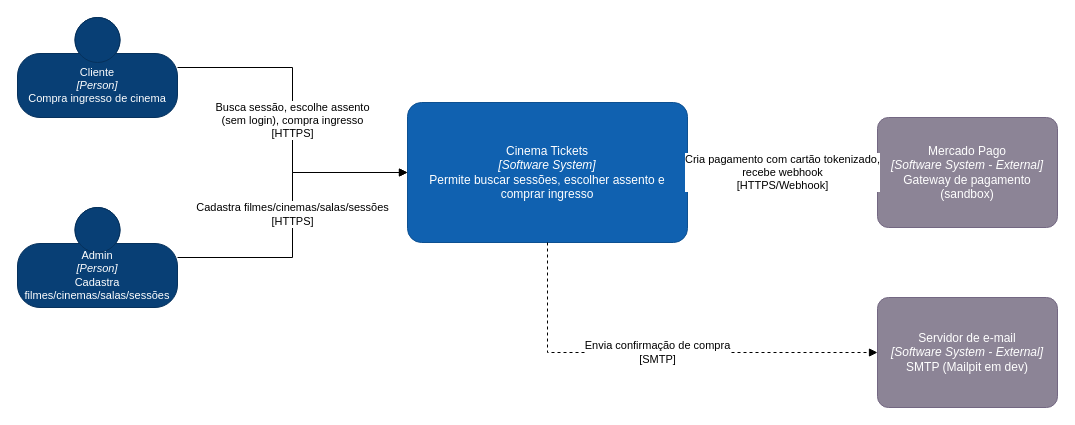
D4rkM/movietickets keeps this draw.io diagram as docs/c4/context.drawio. Above is the earlier version. Source tidied: cells renumbered, new cells numbered last; positions are measured from the earlier drawing's top-left corner, leaving out a move shared by most shapes. Both pictures are drawn from the tidied source at 100%, with x=0, y=0 at pixel (17, 17).
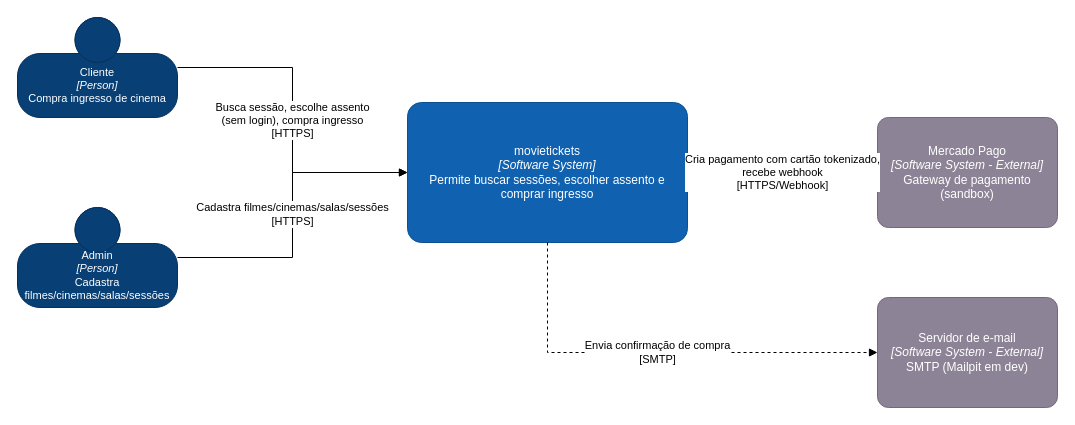
After the change.

The edit, as a diff of the source:
```diff
@@
 <mxGraphModel>
   <root>
     <mxCell id="0" />
     <mxCell id="1" parent="0" />
     <mxCell id="2" value="Cliente&lt;br&gt;&lt;i&gt;[Person]&lt;/i&gt;&lt;br&gt;Compra ingresso de cinema" style="html=1;fontSize=11;dashed=0;whiteSpace=wrap;fillColor=#083F75;strokeColor=#06315C;fontColor=#ffffff;shape=mxgraph.c4.person2;align=center;points=[[0.5,0,0],[1,0.5,0],[1,0.75,0],[0.75,1,0],[0.5,1,0],[0.25,1,0],[0,0.75,0],[0,0.5,0]];" parent="1" vertex="1">
       <mxGeometry width="160" height="100" as="geometry" />
     </mxCell>
     <mxCell id="3" value="Admin&lt;br&gt;&lt;i&gt;[Person]&lt;/i&gt;&lt;br&gt;Cadastra filmes/cinemas/salas/sessões" style="html=1;fontSize=11;dashed=0;whiteSpace=wrap;fillColor=#083F75;strokeColor=#06315C;fontColor=#ffffff;shape=mxgraph.c4.person2;align=center;points=[[0.5,0,0],[1,0.5,0],[1,0.75,0],[0.75,1,0],[0.5,1,0],[0.25,1,0],[0,0.75,0],[0,0.5,0]];" parent="1" vertex="1">
       <mxGeometry y="190" width="160" height="100" as="geometry" />
     </mxCell>
-    <mxCell id="4" value="Cinema Tickets&lt;br&gt;&lt;i&gt;[Software System]&lt;/i&gt;&lt;br&gt;Permite buscar sessões, escolher assento e comprar ingresso" style="rounded=1;whiteSpace=wrap;html=1;labelBackgroundColor=none;fillColor=#1061B0;fontColor=#ffffff;align=center;arcSize=10;strokeColor=#0D5091;points=[[0.25,0,0],[0.5,0,0],[0.75,0,0],[1,0.25,0],[1,0.5,0],[1,0.75,0],[0.75,1,0],[0.5,1,0],[0.25,1,0],[0,0.75,0],[0,0.5,0],[0,0.25,0]];" parent="1" vertex="1">
+    <mxCell id="4" value="movietickets&lt;br&gt;&lt;i&gt;[Software System]&lt;/i&gt;&lt;br&gt;Permite buscar sessões, escolher assento e comprar ingresso" style="rounded=1;whiteSpace=wrap;html=1;labelBackgroundColor=none;fillColor=#1061B0;fontColor=#ffffff;align=center;arcSize=10;strokeColor=#0D5091;points=[[0.25,0,0],[0.5,0,0],[0.75,0,0],[1,0.25,0],[1,0.5,0],[1,0.75,0],[0.75,1,0],[0.5,1,0],[0.25,1,0],[0,0.75,0],[0,0.5,0],[0,0.25,0]];" parent="1" vertex="1">
       <mxGeometry x="390" y="85" width="280" height="140" as="geometry" />
     </mxCell>
     <mxCell id="5" value="Mercado Pago&lt;br&gt;&lt;i&gt;[Software System - External]&lt;/i&gt;&lt;br&gt;Gateway de pagamento (sandbox)" style="rounded=1;whiteSpace=wrap;html=1;labelBackgroundColor=none;fillColor=#8C8496;fontColor=#ffffff;align=center;arcSize=10;strokeColor=#736782;points=[[0.25,0,0],[0.5,0,0],[0.75,0,0],[1,0.25,0],[1,0.5,0],[1,0.75,0],[0.75,1,0],[0.5,1,0],[0.25,1,0],[0,0.75,0],[0,0.5,0],[0,0.25,0]];" parent="1" vertex="1">
       <mxGeometry x="860" y="100" width="180" height="110" as="geometry" />
     </mxCell>
     <mxCell id="6" value="Busca sessão, escolhe assento&lt;br&gt;(sem login), compra ingresso&lt;br&gt;[HTTPS]" style="edgeStyle=orthogonalEdgeStyle;rounded=0;html=1;fontSize=11;endArrow=block;elbow=vertical;" parent="1" edge="1" source="2" target="4">
       <mxGeometry relative="1" as="geometry" />
     </mxCell>
     <mxCell id="7" value="Cadastra filmes/cinemas/salas/sessões&lt;br&gt;[HTTPS]" style="edgeStyle=orthogonalEdgeStyle;rounded=0;html=1;fontSize=11;endArrow=block;elbow=vertical;" parent="1" edge="1" source="3" target="4">
       <mxGeometry relative="1" as="geometry" />
     </mxCell>
     <mxCell id="8" value="Cria pagamento com cartão tokenizado,&lt;br&gt;recebe webhook&lt;br&gt;[HTTPS/Webhook]" style="edgeStyle=orthogonalEdgeStyle;rounded=0;html=1;fontSize=11;endArrow=block;dashed=1;exitX=1;exitY=0.5;exitDx=0;exitDy=0;exitPerimeter=0;" parent="1" edge="1" source="4" target="5">
       <mxGeometry relative="1" as="geometry" />
     </mxCell>
     <mxCell id="9" value="Servidor de e-mail&lt;br&gt;&lt;i&gt;[Software System - External]&lt;/i&gt;&lt;br&gt;SMTP (Mailpit em dev)" style="rounded=1;whiteSpace=wrap;html=1;labelBackgroundColor=none;fillColor=#8C8496;fontColor=#ffffff;align=center;arcSize=10;strokeColor=#736782;points=[[0.25,0,0],[0.5,0,0],[0.75,0,0],[1,0.25,0],[1,0.5,0],[1,0.75,0],[0.75,1,0],[0.5,1,0],[0.25,1,0],[0,0.75,0],[0,0.5,0],[0,0.25,0]];" parent="1" vertex="1">
       <mxGeometry x="860" y="280" width="180" height="110" as="geometry" />
     </mxCell>
     <mxCell id="10" value="Envia confirmação de compra&lt;br&gt;[SMTP]" style="edgeStyle=orthogonalEdgeStyle;rounded=0;html=1;fontSize=11;endArrow=block;dashed=1;exitX=0.5;exitY=1;exitDx=0;exitDy=0;exitPerimeter=0;entryX=0;entryY=0.5;entryDx=0;entryDy=0;entryPerimeter=0;" parent="1" edge="1" source="4" target="9">
       <mxGeometry relative="1" as="geometry" />
     </mxCell>
   </root>
 </mxGraphModel>
```
